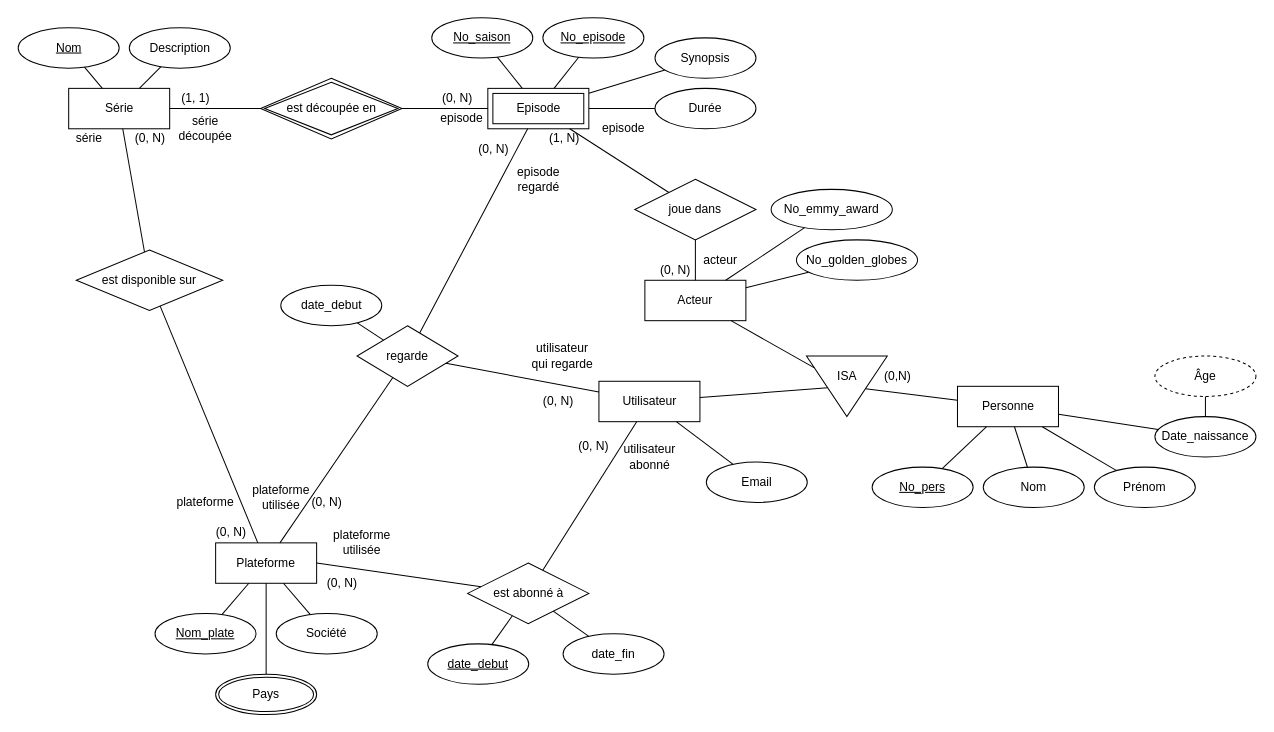
The draw.io diagram db.drawio in roscale/db-project1, before the edit. Source tidied: cells renumbered, new cells numbered last; positions are measured from the earlier drawing's top-left corner, leaving out a move shared by most shapes. Both pictures are drawn from the tidied source at 101%, with x=0, y=0 at pixel (17, 17).
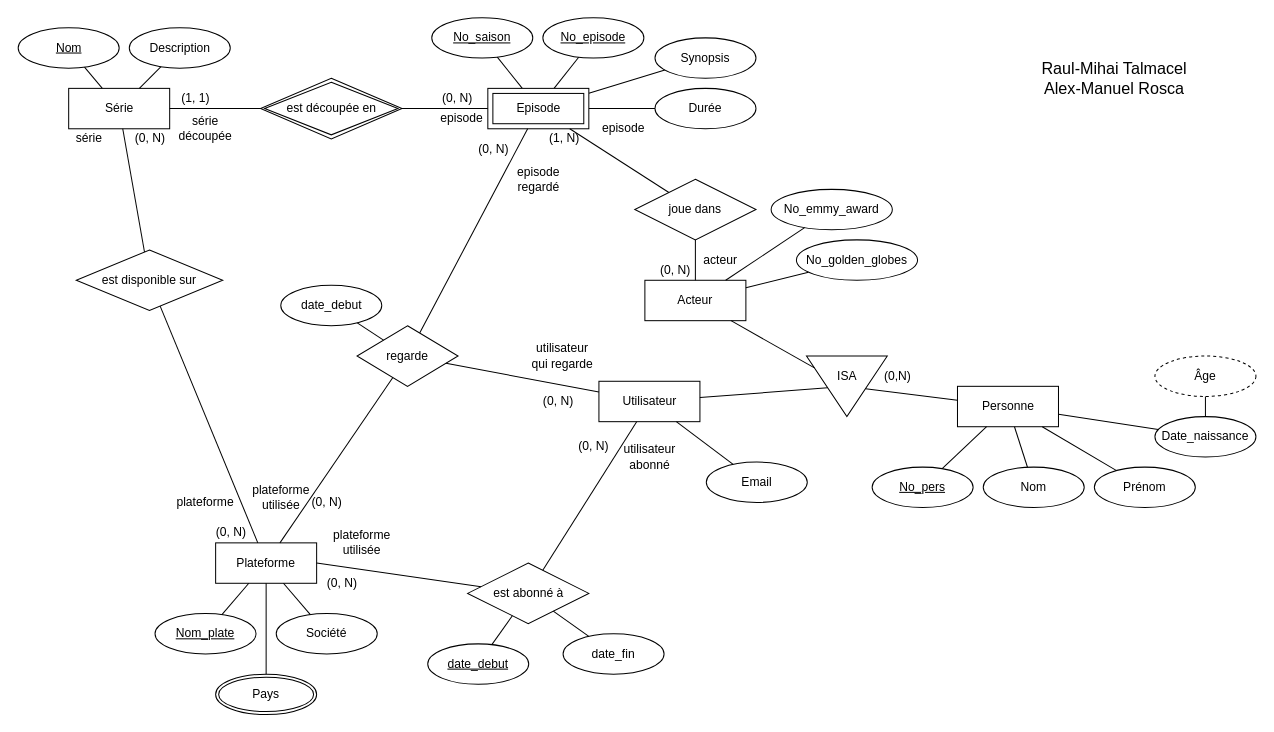
The same diagram, later.

What changed in the source:
```diff
@@
+    <mxCell id="94" value="Raul-Mihai Talmacel&lt;br style=&quot;font-size: 16px;&quot;&gt;Alex-Manuel Rosca" style="text;html=1;strokeColor=none;fillColor=none;align=center;verticalAlign=middle;whiteSpace=wrap;rounded=0;fontSize=16;" parent="1" vertex="1">
+      <mxGeometry x="986" y="30" width="200" height="60" as="geometry" />
+    </mxCell>
```
